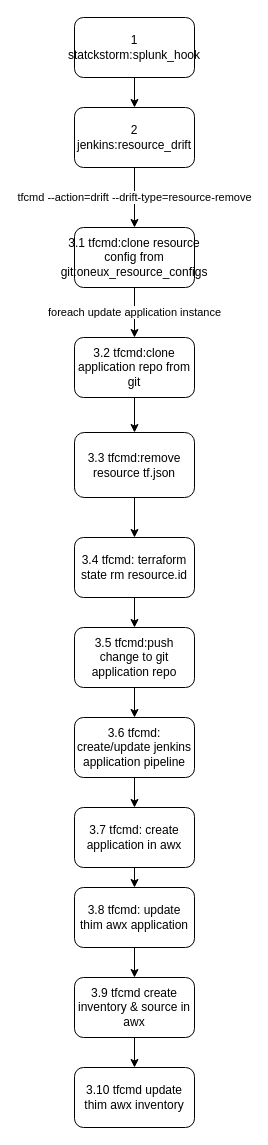
weiwei-xie/oneux keeps this draw.io diagram as drift resource remove.drawio. Above is the earlier version. Source tidied: cells renumbered, new cells numbered last; positions are measured from the earlier drawing's top-left corner, leaving out a move shared by most shapes. Both pictures are drawn from the tidied source at 100%, with x=0, y=0 at pixel (74, 17).
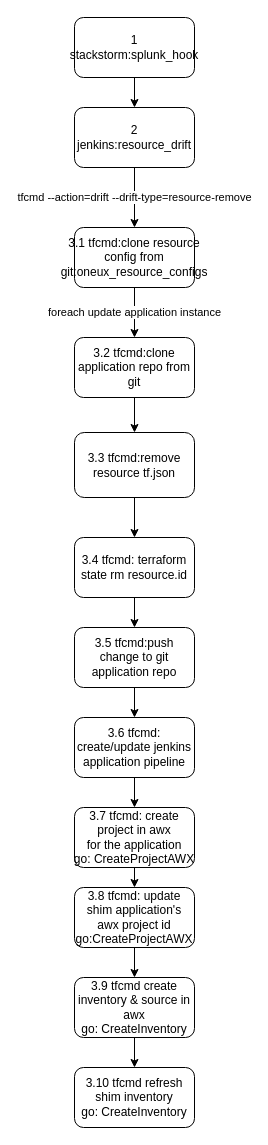
Above is the later version.

The edit, as a diff of the source:
```diff
@@
-    <mxCell id="3" value="&lt;div&gt;1 statckstorm:splunk_hook&lt;/div&gt;" style="rounded=1;whiteSpace=wrap;html=1;" parent="1" vertex="1">
+    <mxCell id="3" value="&lt;div&gt;1 stackstorm:splunk_hook&lt;/div&gt;" style="rounded=1;whiteSpace=wrap;html=1;" parent="1" vertex="1">
       <mxGeometry width="120" height="60" as="geometry" />
     </mxCell>
@@
-    <mxCell id="19" value="3.7 tfcmd: create application in awx" style="rounded=1;whiteSpace=wrap;html=1;" parent="1" vertex="1">
+    <mxCell id="19" value="&lt;div&gt;3.7 tfcmd: create project in awx&lt;/div&gt;&lt;div&gt;for the application&lt;/div&gt;&lt;div&gt;go:&amp;nbsp;CreateProjectAWX&lt;/div&gt;" style="rounded=1;whiteSpace=wrap;html=1;" parent="1" vertex="1">
       <mxGeometry y="790" width="120" height="60" as="geometry" />
     </mxCell>
@@
-    <mxCell id="21" value="3.8 tfcmd: update thim awx application" style="rounded=1;whiteSpace=wrap;html=1;" parent="1" vertex="1">
+    <mxCell id="21" value="&lt;div&gt;3.8 tfcmd: update shim application's&lt;/div&gt;&lt;div&gt;awx project id&lt;/div&gt;&lt;div&gt;go:CreateProjectAWX&lt;br&gt;&lt;/div&gt;" style="rounded=1;whiteSpace=wrap;html=1;" parent="1" vertex="1">
       <mxGeometry y="870" width="120" height="60" as="geometry" />
     </mxCell>
@@
-    <mxCell id="23" value="3.9 tfcmd create inventory &amp;amp; source in awx" style="rounded=1;whiteSpace=wrap;html=1;" parent="1" vertex="1">
+    <mxCell id="23" value="&lt;div&gt;3.9 tfcmd create inventory &amp;amp; source in awx&lt;/div&gt;&lt;div&gt;go: CreateInventory&lt;/div&gt;" style="rounded=1;whiteSpace=wrap;html=1;" parent="1" vertex="1">
       <mxGeometry y="960" width="120" height="60" as="geometry" />
     </mxCell>
-    <mxCell id="24" value="3.10 tfcmd update thim awx inventory " style="rounded=1;whiteSpace=wrap;html=1;" parent="1" vertex="1">
+    <mxCell id="24" value="&lt;div&gt;3.10 tfcmd refresh shim inventory &lt;br&gt;&lt;/div&gt;&lt;div&gt;go: CreateInventory&lt;/div&gt;" style="rounded=1;whiteSpace=wrap;html=1;" parent="1" vertex="1">
       <mxGeometry y="1050" width="120" height="60" as="geometry" />
     </mxCell>
```
